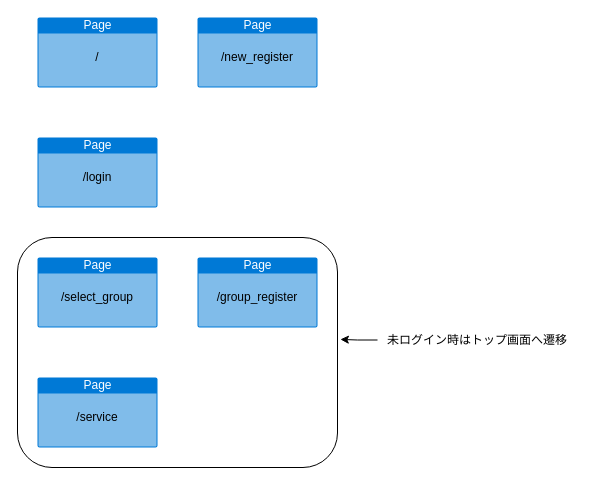
This is page.dio from nt16145/Remote_Chat, a draw.io file, before an edit. Source tidied: cells renumbered, new cells numbered last; positions are measured from the earlier drawing's top-left corner, leaving out a move shared by most shapes. Both pictures are drawn from the tidied source at 100%, with x=0, y=0 at pixel (17, 17).
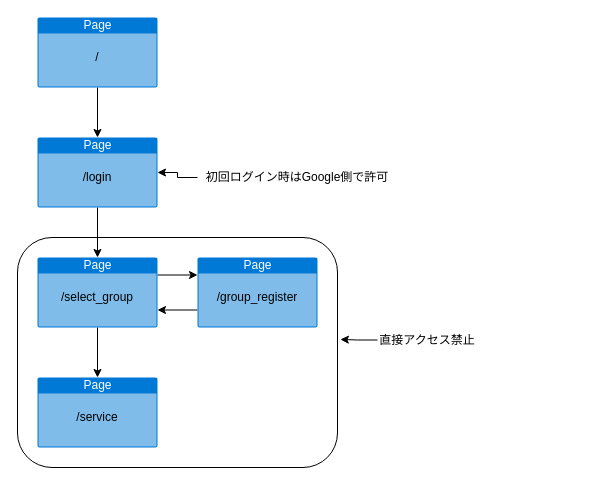
The same page after the edit.

The change refers to these unchanged cells:
```xml
<mxCell id="3" value="Page" style="html=1;strokeColor=none;fillColor=#0079D6;labelPosition=center;verticalLabelPosition=middle;verticalAlign=top;align=center;fontSize=12;outlineConnect=0;spacingTop=-6;fontColor=#FFFFFF;shape=mxgraph.sitemap.page;" parent="1" vertex="1">
  <mxGeometry x="20" width="120" height="70" as="geometry" />
</mxCell>
<mxCell id="4" value="Page" style="html=1;strokeColor=none;fillColor=#0079D6;labelPosition=center;verticalLabelPosition=middle;verticalAlign=top;align=center;fontSize=12;outlineConnect=0;spacingTop=-6;fontColor=#FFFFFF;shape=mxgraph.sitemap.page;" parent="1" vertex="1">
  <mxGeometry x="20" y="120" width="120" height="70" as="geometry" />
</mxCell>
<mxCell id="5" value="Page" style="html=1;strokeColor=none;fillColor=#0079D6;labelPosition=center;verticalLabelPosition=middle;verticalAlign=top;align=center;fontSize=12;outlineConnect=0;spacingTop=-6;fontColor=#FFFFFF;shape=mxgraph.sitemap.page;" parent="1" vertex="1">
  <mxGeometry x="20" y="240" width="120" height="70" as="geometry" />
</mxCell>
<mxCell id="6" value="Page" style="html=1;strokeColor=none;fillColor=#0079D6;labelPosition=center;verticalLabelPosition=middle;verticalAlign=top;align=center;fontSize=12;outlineConnect=0;spacingTop=-6;fontColor=#FFFFFF;shape=mxgraph.sitemap.page;" parent="1" vertex="1">
  <mxGeometry x="180" y="240" width="120" height="70" as="geometry" />
</mxCell>
<mxCell id="7" value="Page" style="html=1;strokeColor=none;fillColor=#0079D6;labelPosition=center;verticalLabelPosition=middle;verticalAlign=top;align=center;fontSize=12;outlineConnect=0;spacingTop=-6;fontColor=#FFFFFF;shape=mxgraph.sitemap.page;" parent="1" vertex="1">
  <mxGeometry x="20" y="360" width="120" height="70" as="geometry" />
</mxCell>
```

Change to the diagram source:
```diff
@@
+    <mxCell id="17" style="edgeStyle=orthogonalEdgeStyle;rounded=0;jettySize=auto;html=1;exitX=0.5;exitY=1;exitDx=0;exitDy=0;exitPerimeter=0;entryX=0.5;entryY=0;entryDx=0;entryDy=0;entryPerimeter=0;" parent="1" edge="1" source="3" target="4">
+      <mxGeometry relative="1" as="geometry" />
+    </mxCell>
@@
+    <mxCell id="18" style="edgeStyle=orthogonalEdgeStyle;rounded=0;jettySize=auto;html=1;exitX=0.5;exitY=1;exitDx=0;exitDy=0;exitPerimeter=0;entryX=0.5;entryY=0;entryDx=0;entryDy=0;entryPerimeter=0;" parent="1" edge="1" source="4" target="5">
+      <mxGeometry relative="1" as="geometry" />
+    </mxCell>
@@
+    <mxCell id="19" style="edgeStyle=orthogonalEdgeStyle;rounded=0;jettySize=auto;html=1;exitX=1;exitY=0.25;exitDx=0;exitDy=0;exitPerimeter=0;entryX=0;entryY=0.25;entryDx=0;entryDy=0;entryPerimeter=0;" parent="1" edge="1" source="5" target="6">
+      <mxGeometry relative="1" as="geometry" />
+    </mxCell>
+    <mxCell id="20" style="edgeStyle=orthogonalEdgeStyle;rounded=0;jettySize=auto;html=1;exitX=0.5;exitY=1;exitDx=0;exitDy=0;exitPerimeter=0;entryX=0.5;entryY=0;entryDx=0;entryDy=0;entryPerimeter=0;" parent="1" edge="1" source="5" target="7">
+      <mxGeometry relative="1" as="geometry" />
+    </mxCell>
@@
+    <mxCell id="21" style="edgeStyle=orthogonalEdgeStyle;rounded=0;jettySize=auto;html=1;exitX=0;exitY=0.75;exitDx=0;exitDy=0;exitPerimeter=0;entryX=1;entryY=0.75;entryDx=0;entryDy=0;entryPerimeter=0;" parent="1" edge="1" source="6" target="5">
+      <mxGeometry relative="1" as="geometry" />
+    </mxCell>
@@
-    <mxCell id="13" value="Page" style="html=1;strokeColor=none;fillColor=#0079D6;labelPosition=center;verticalLabelPosition=middle;verticalAlign=top;align=center;fontSize=12;spacingTop=-6;fontColor=#FFFFFF;shape=mxgraph.sitemap.page;" parent="1" vertex="1">
-      <mxGeometry x="180" width="120" height="70" as="geometry" />
-    </mxCell>
-    <mxCell id="14" value="&lt;font color=&quot;#000000&quot;&gt;/new_register&lt;/font&gt;" style="text;html=1;strokeColor=none;fillColor=none;align=center;verticalAlign=middle;whiteSpace=wrap;rounded=0;rotation=0;" parent="1" vertex="1">
-      <mxGeometry x="220" y="30" width="40" height="20" as="geometry" />
-    </mxCell>
@@
-    <mxCell id="16" value="未ログイン時はトップ画面へ遷移" style="text;html=1;strokeColor=none;fillColor=none;align=center;verticalAlign=middle;whiteSpace=wrap;rounded=0;" parent="1" vertex="1">
-      <mxGeometry x="360" y="320" width="200" height="5" as="geometry" />
+    <mxCell id="16" value="直接アクセス禁止" style="text;html=1;strokeColor=none;fillColor=none;align=center;verticalAlign=middle;whiteSpace=wrap;rounded=0;" parent="1" vertex="1">
+      <mxGeometry x="360" y="320" width="100" height="5" as="geometry" />
     </mxCell>
+    <mxCell id="22" style="edgeStyle=orthogonalEdgeStyle;rounded=0;jettySize=auto;html=1;entryX=1;entryY=0.5;entryDx=0;entryDy=0;entryPerimeter=0;" parent="1" edge="1" source="23" target="4">
+      <mxGeometry relative="1" as="geometry" />
+    </mxCell>
+    <mxCell id="23" value="初回ログイン時はGoogle側で許可" style="text;html=1;strokeColor=none;fillColor=none;align=center;verticalAlign=middle;whiteSpace=wrap;rounded=0;" parent="1" vertex="1">
+      <mxGeometry x="180" y="157.5" width="200" height="5" as="geometry" />
+    </mxCell>
```
